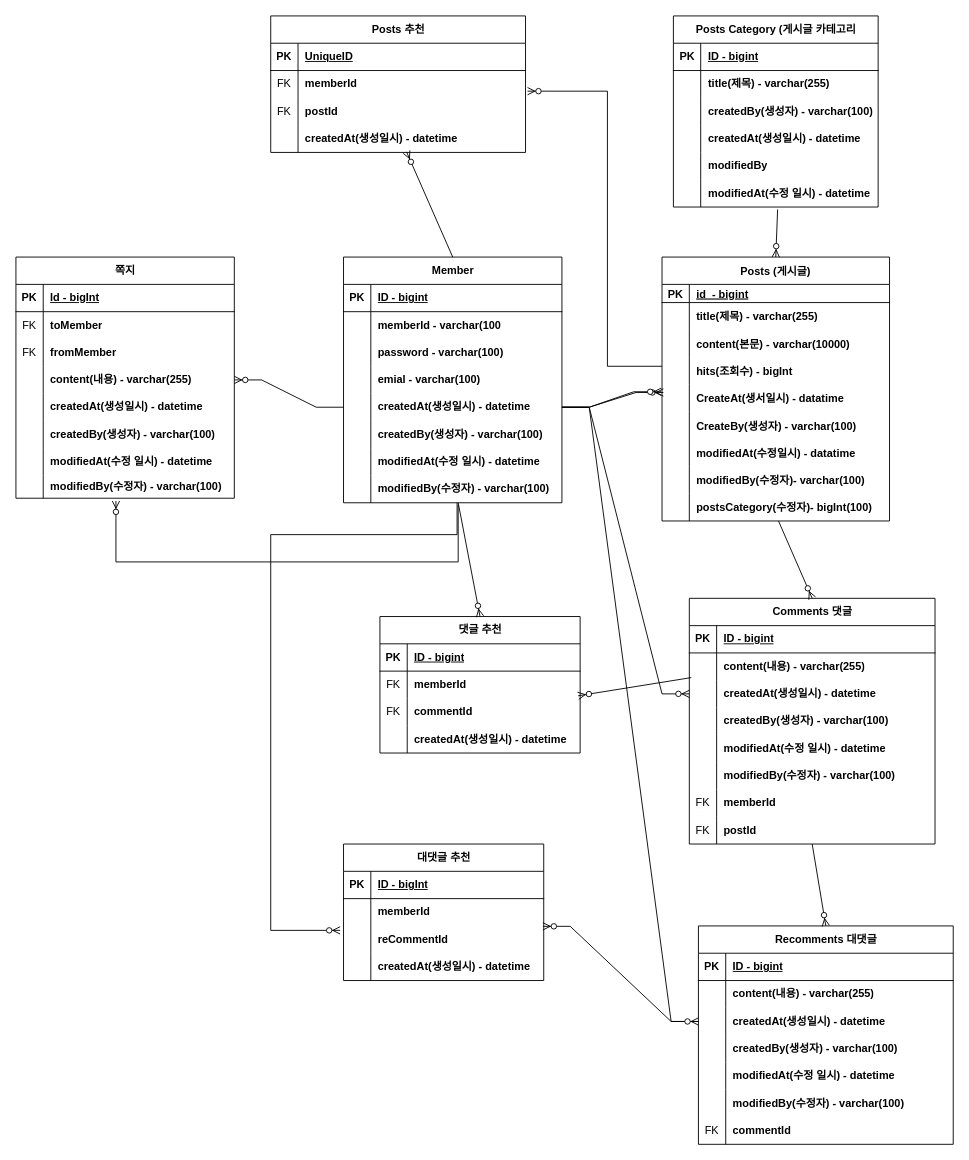
Earlier version of the draw.io diagram document/erd.drawio (blackzero23/DKComunity). Source tidied: cells renumbered, new cells numbered last; positions are measured from the earlier drawing's top-left corner, leaving out a move shared by most shapes. Both pictures are drawn from the tidied source at 91%, with x=0, y=0 at pixel (15, 15).
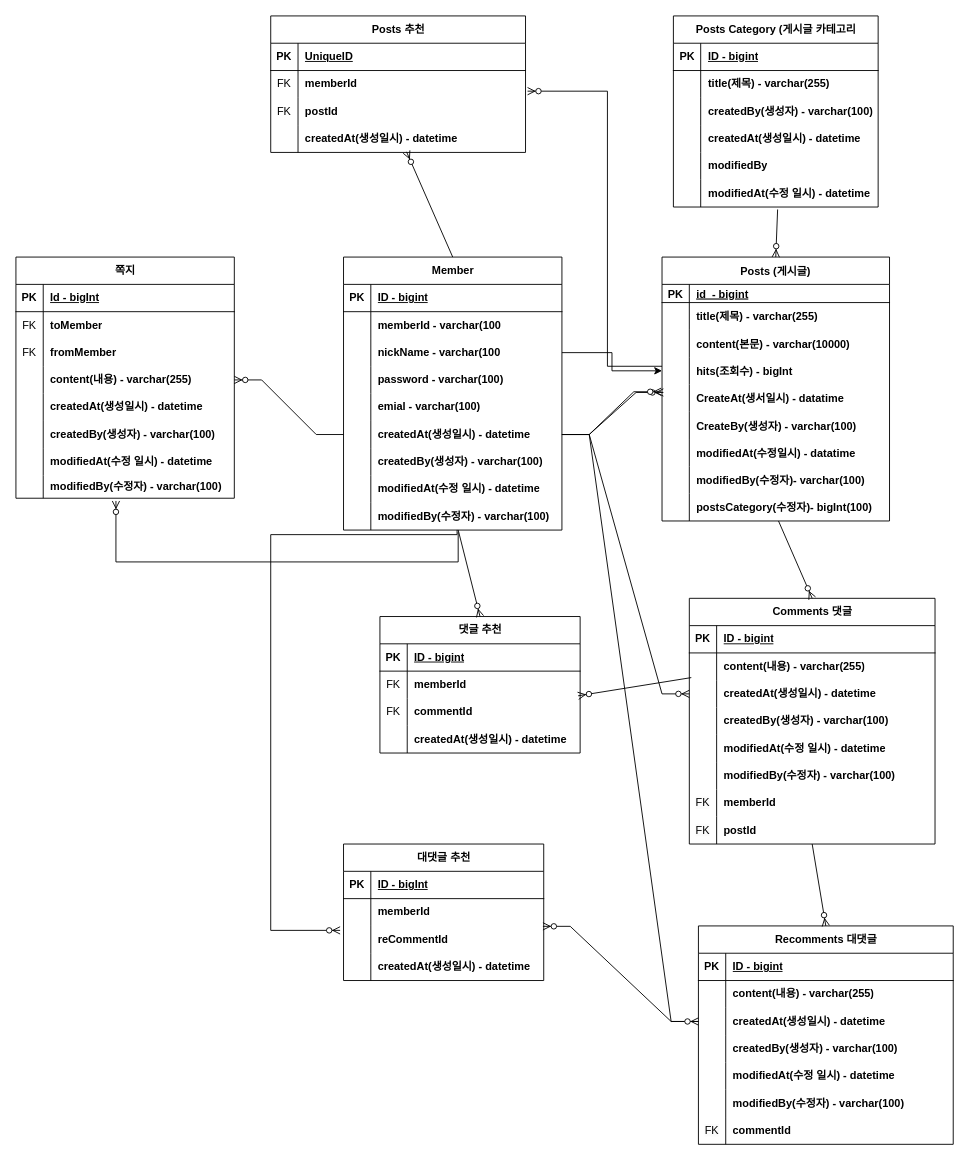
After the change.

Commit message:
member nickName 추가

Unchanged cells that the change refers to:
```xml
<mxCell id="37" style="shape=partialRectangle;fillColor=none;points=[[0,0.5],[1,0.5]];portConstraint=eastwest;top=0;left=0;right=0;bottom=0;" parent="27" vertex="1">
  <mxGeometry y="110" width="250" height="30" as="geometry" />
</mxCell>
```

Diff of the diagram source:
```diff
@@
     <mxCell id="2" value="Member" style="shape=table;startSize=30;childLayout=tableLayout;rowLines=0;fontStyle=1;align=center;html=1;" parent="1" vertex="1">
-      <mxGeometry x="360" y="265" width="240" height="270" as="geometry" />
+      <mxGeometry x="360" y="265" width="240" height="300" as="geometry" />
     </mxCell>
@@
+    <mxCell id="200" style="shape=tableRow;horizontal=0;startSize=0;swimlaneHead=0;swimlaneBody=0;fillColor=none;top=0;left=0;right=0;bottom=0;" parent="2" vertex="1">
+      <mxGeometry y="60" width="240" height="30" as="geometry" />
+    </mxCell>
+    <mxCell id="201" style="shape=partialRectangle;fillColor=none;top=0;left=0;bottom=0;right=0;overflow=hidden;whiteSpace=wrap;html=1;" parent="200" vertex="1">
+      <mxGeometry width="30" height="30" as="geometry" />
+    </mxCell>
+    <mxCell id="202" value="memberId - varchar(100&lt;span style=&quot;white-space: pre;&quot;&gt; &lt;/span&gt;" style="shape=partialRectangle;fillColor=none;top=0;left=0;bottom=0;right=0;align=left;spacingLeft=6;overflow=hidden;whiteSpace=wrap;html=1;fontStyle=1;" parent="200" vertex="1">
+      <mxGeometry x="30" width="210" height="30" as="geometry" />
+    </mxCell>
     <mxCell id="6" style="shape=tableRow;horizontal=0;startSize=0;swimlaneHead=0;swimlaneBody=0;fillColor=none;points=[[0,0.5],[1,0.5]];portConstraint=eastwest;top=0;left=0;right=0;bottom=0;" parent="2" vertex="1">
-      <mxGeometry y="60" width="240" height="30" as="geometry" />
+      <mxGeometry y="90" width="240" height="30" as="geometry" />
     </mxCell>
@@
-    <mxCell id="8" value="memberId - varchar(100&lt;span style=&quot;white-space: pre;&quot;&gt; &lt;/span&gt;" style="shape=partialRectangle;fillColor=none;top=0;left=0;bottom=0;right=0;align=left;spacingLeft=6;overflow=hidden;whiteSpace=wrap;html=1;fontStyle=1;" parent="6" vertex="1">
+    <mxCell id="8" value="nickName - varchar(100&lt;span style=&quot;white-space: pre;&quot;&gt; &lt;/span&gt;" style="shape=partialRectangle;fillColor=none;top=0;left=0;bottom=0;right=0;align=left;spacingLeft=6;overflow=hidden;whiteSpace=wrap;html=1;fontStyle=1;" parent="6" vertex="1">
       <mxGeometry x="30" width="210" height="30" as="geometry" />
     </mxCell>
     <mxCell id="9" style="shape=tableRow;horizontal=0;startSize=0;swimlaneHead=0;swimlaneBody=0;fillColor=none;top=0;left=0;right=0;bottom=0;" parent="2" vertex="1">
-      <mxGeometry y="90" width="240" height="30" as="geometry" />
+      <mxGeometry y="120" width="240" height="30" as="geometry" />
     </mxCell>
@@
     <mxCell id="12" style="shape=tableRow;horizontal=0;startSize=0;swimlaneHead=0;swimlaneBody=0;fillColor=none;top=0;left=0;right=0;bottom=0;" parent="2" vertex="1">
-      <mxGeometry y="120" width="240" height="30" as="geometry" />
+      <mxGeometry y="150" width="240" height="30" as="geometry" />
     </mxCell>
@@
     <mxCell id="15" style="shape=tableRow;horizontal=0;startSize=0;swimlaneHead=0;swimlaneBody=0;fillColor=none;points=[[0,0.5],[1,0.5]];portConstraint=eastwest;top=0;left=0;right=0;bottom=0;" parent="2" vertex="1">
-      <mxGeometry y="150" width="240" height="30" as="geometry" />
+      <mxGeometry y="180" width="240" height="30" as="geometry" />
     </mxCell>
@@
     <mxCell id="18" style="shape=tableRow;horizontal=0;startSize=0;swimlaneHead=0;swimlaneBody=0;fillColor=none;top=0;left=0;right=0;bottom=0;" parent="2" vertex="1">
-      <mxGeometry y="180" width="240" height="30" as="geometry" />
+      <mxGeometry y="210" width="240" height="30" as="geometry" />
     </mxCell>
@@
     <mxCell id="21" style="shape=tableRow;horizontal=0;startSize=0;swimlaneHead=0;swimlaneBody=0;fillColor=none;top=0;left=0;right=0;bottom=0;" parent="2" vertex="1">
-      <mxGeometry y="210" width="240" height="30" as="geometry" />
+      <mxGeometry y="240" width="240" height="30" as="geometry" />
     </mxCell>
@@
     <mxCell id="24" style="shape=tableRow;horizontal=0;startSize=0;swimlaneHead=0;swimlaneBody=0;fillColor=none;points=[[0,0.5],[1,0.5]];portConstraint=eastwest;top=0;left=0;right=0;bottom=0;" parent="2" vertex="1">
-      <mxGeometry y="240" width="240" height="30" as="geometry" />
+      <mxGeometry y="270" width="240" height="30" as="geometry" />
     </mxCell>
@@
+    <mxCell id="203" style="edgeStyle=orthogonalEdgeStyle;rounded=0;jettySize=auto;html=1;" parent="1" edge="1" source="6" target="37">
+      <mxGeometry relative="1" as="geometry" />
+    </mxCell>
```
